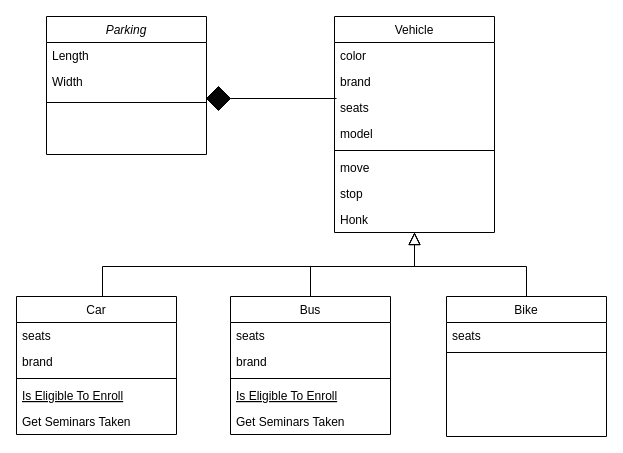
salman141/Class-Diagrams-for-Car-Parking-Calculator keeps this draw.io diagram as Untitled Diagram.drawio. Above is the earlier version. Source tidied: cells renumbered, new cells numbered last; positions are measured from the earlier drawing's top-left corner, leaving out a move shared by most shapes. Both pictures are drawn from the tidied source at 100%, with x=0, y=0 at pixel (16, 16).
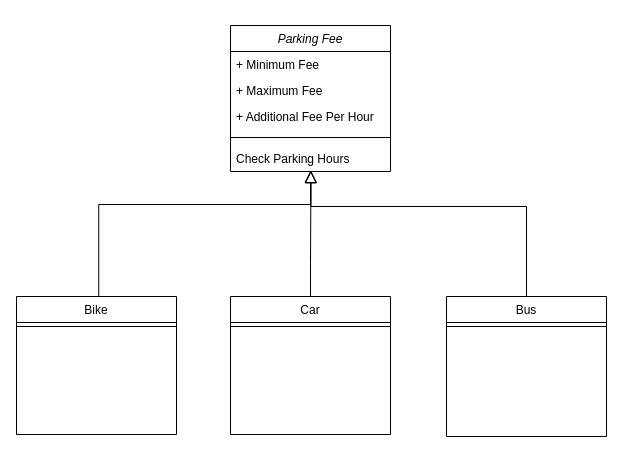
The same diagram, later.

The edit, as a diff of the source:
```diff
@@
-    <mxCell id="2" value="Parking" style="swimlane;fontStyle=2;align=center;verticalAlign=top;horizontal=1;startSize=26;rounded=0;shadow=0;strokeWidth=1;" parent="1" vertex="1">
-      <mxGeometry x="30" width="160" height="138" as="geometry" />
+    <mxCell id="2" value="Parking Fee" style="swimlane;fontStyle=2;align=center;verticalAlign=top;horizontal=1;startSize=26;rounded=0;shadow=0;strokeWidth=1;" parent="1" vertex="1">
+      <mxGeometry x="214" y="9" width="160" height="146" as="geometry" />
     </mxCell>
-    <mxCell id="3" value="Length" style="text;align=left;verticalAlign=top;spacingLeft=4;spacingRight=4;overflow=hidden;" parent="2" vertex="1">
+    <mxCell id="3" value="+ Minimum Fee" style="text;align=left;verticalAlign=top;spacingLeft=4;spacingRight=4;overflow=hidden;" parent="2" vertex="1">
       <mxGeometry y="26" width="160" height="26" as="geometry" />
     </mxCell>
-    <mxCell id="4" value="Width" style="text;align=left;verticalAlign=top;spacingLeft=4;spacingRight=4;overflow=hidden;rounded=0;shadow=0;html=0;" parent="2" vertex="1">
+    <mxCell id="4" value="+ Maximum Fee" style="text;align=left;verticalAlign=top;spacingLeft=4;spacingRight=4;overflow=hidden;rounded=0;shadow=0;html=0;" parent="2" vertex="1">
       <mxGeometry y="52" width="160" height="26" as="geometry" />
     </mxCell>
+    <mxCell id="36" value="+ Additional Fee Per Hour" style="text;align=left;verticalAlign=top;spacingLeft=4;spacingRight=4;overflow=hidden;rounded=0;shadow=0;html=0;" parent="2" vertex="1">
+      <mxGeometry y="78" width="160" height="26" as="geometry" />
+    </mxCell>
     <mxCell id="5" style="line;html=1;strokeWidth=1;align=left;verticalAlign=middle;spacingTop=-1;spacingLeft=3;spacingRight=3;labelPosition=right;" parent="2" vertex="1">
-      <mxGeometry y="78" width="160" height="16" as="geometry" />
+      <mxGeometry y="104" width="160" height="16" as="geometry" />
     </mxCell>
+    <mxCell id="37" value="Check Parking Hours" style="text;align=left;verticalAlign=top;spacingLeft=4;spacingRight=4;overflow=hidden;points=[[0,0.5],[1,0.5]];portConstraint=eastwest;rounded=0;shadow=0;html=0;" parent="2" vertex="1">
+      <mxGeometry y="120" width="160" height="26" as="geometry" />
+    </mxCell>
-    <mxCell id="6" value="Bus" style="swimlane;fontStyle=0;align=center;verticalAlign=top;horizontal=1;startSize=26;rounded=0;shadow=0;strokeWidth=1;" parent="1" vertex="1">
+    <mxCell id="6" value="Car" style="swimlane;fontStyle=0;align=center;verticalAlign=top;horizontal=1;startSize=26;rounded=0;shadow=0;strokeWidth=1;" parent="1" vertex="1">
       <mxGeometry x="214" y="280" width="160" height="138" as="geometry" />
     </mxCell>
-    <mxCell id="7" value="seats" style="text;align=left;verticalAlign=top;spacingLeft=4;spacingRight=4;overflow=hidden;" parent="6" vertex="1">
-      <mxGeometry y="26" width="160" height="26" as="geometry" />
-    </mxCell>
-    <mxCell id="8" value="brand" style="text;align=left;verticalAlign=top;spacingLeft=4;spacingRight=4;overflow=hidden;rounded=0;shadow=0;html=0;" parent="6" vertex="1">
-      <mxGeometry y="52" width="160" height="26" as="geometry" />
-    </mxCell>
     <mxCell id="9" style="line;html=1;strokeWidth=1;align=left;verticalAlign=middle;spacingTop=-1;spacingLeft=3;spacingRight=3;labelPosition=right;" parent="6" vertex="1">
-      <mxGeometry y="78" width="160" height="8" as="geometry" />
+      <mxGeometry y="26" width="160" height="8" as="geometry" />
     </mxCell>
-    <mxCell id="10" value="Is Eligible To Enroll" style="text;align=left;verticalAlign=top;spacingLeft=4;spacingRight=4;overflow=hidden;fontStyle=4;" parent="6" vertex="1">
-      <mxGeometry y="86" width="160" height="26" as="geometry" />
-    </mxCell>
-    <mxCell id="11" value="Get Seminars Taken" style="text;align=left;verticalAlign=top;spacingLeft=4;spacingRight=4;overflow=hidden;" parent="6" vertex="1">
-      <mxGeometry y="112" width="160" height="26" as="geometry" />
-    </mxCell>
-    <mxCell id="12" style="endArrow=block;endSize=10;endFill=0;shadow=0;strokeWidth=1;rounded=0;edgeStyle=elbowEdgeStyle;elbow=vertical;entryX=0.5;entryY=1;entryDx=0;entryDy=0;" parent="1" edge="1" source="6" target="17">
+    <mxCell id="12" style="endArrow=block;endSize=10;endFill=0;shadow=0;strokeWidth=1;rounded=0;edgeStyle=elbowEdgeStyle;elbow=vertical;entryX=0.503;entryY=0.959;entryDx=0;entryDy=0;entryPerimeter=0;exitX=0.5;exitY=0;exitDx=0;exitDy=0;" parent="1" edge="1" source="6" target="37">
       <mxGeometry relative="1" as="geometry">
         <Array as="points">
-          <mxPoint x="294" y="250" />
-          <mxPoint x="380" y="230" />
+          <mxPoint x="294" y="247" />
+          <mxPoint x="380" y="227" />
         </Array>
       </mxGeometry>
     </mxCell>
-    <mxCell id="13" value="Bike" style="swimlane;fontStyle=0;align=center;verticalAlign=top;horizontal=1;startSize=26;rounded=0;shadow=0;strokeWidth=1;" parent="1" vertex="1">
+    <mxCell id="13" value="Bus" style="swimlane;fontStyle=0;align=center;verticalAlign=top;horizontal=1;startSize=26;rounded=0;shadow=0;strokeWidth=1;" parent="1" vertex="1">
       <mxGeometry x="430" y="280" width="160" height="140" as="geometry" />
     </mxCell>
-    <mxCell id="14" value="seats" style="text;align=left;verticalAlign=top;spacingLeft=4;spacingRight=4;overflow=hidden;" parent="13" vertex="1">
-      <mxGeometry y="26" width="160" height="26" as="geometry" />
-    </mxCell>
     <mxCell id="15" style="line;html=1;strokeWidth=1;align=left;verticalAlign=middle;spacingTop=-1;spacingLeft=3;spacingRight=3;labelPosition=right;" parent="13" vertex="1">
-      <mxGeometry y="52" width="160" height="8" as="geometry" />
+      <mxGeometry y="26" width="160" height="8" as="geometry" />
     </mxCell>
-    <mxCell id="16" style="endArrow=block;endSize=10;endFill=0;shadow=0;strokeWidth=1;rounded=0;edgeStyle=elbowEdgeStyle;elbow=vertical;entryX=0.5;entryY=1;entryDx=0;entryDy=0;" parent="1" edge="1" source="13" target="17">
-      <mxGeometry relative="1" as="geometry">
-        <Array as="points">
-          <mxPoint x="420" y="250" />
-        </Array>
-      </mxGeometry>
-    </mxCell>
-    <mxCell id="17" value="Vehicle" style="swimlane;fontStyle=0;align=center;verticalAlign=top;horizontal=1;startSize=26;rounded=0;shadow=0;strokeWidth=1;" parent="1" vertex="1">
-      <mxGeometry x="318" width="160" height="216" as="geometry" />
-    </mxCell>
-    <mxCell id="18" value="color " style="text;align=left;verticalAlign=top;spacingLeft=4;spacingRight=4;overflow=hidden;" parent="17" vertex="1">
-      <mxGeometry y="26" width="160" height="26" as="geometry" />
-    </mxCell>
-    <mxCell id="19" value="brand" style="text;align=left;verticalAlign=top;spacingLeft=4;spacingRight=4;overflow=hidden;rounded=0;shadow=0;html=0;" parent="17" vertex="1">
-      <mxGeometry y="52" width="160" height="26" as="geometry" />
-    </mxCell>
-    <mxCell id="20" value="seats" style="text;align=left;verticalAlign=top;spacingLeft=4;spacingRight=4;overflow=hidden;rounded=0;shadow=0;html=0;" parent="17" vertex="1">
-      <mxGeometry y="78" width="160" height="26" as="geometry" />
-    </mxCell>
-    <mxCell id="21" value="model" style="text;align=left;verticalAlign=top;spacingLeft=4;spacingRight=4;overflow=hidden;rounded=0;shadow=0;html=0;" parent="17" vertex="1">
-      <mxGeometry y="104" width="160" height="26" as="geometry" />
-    </mxCell>
-    <mxCell id="22" style="line;html=1;strokeWidth=1;align=left;verticalAlign=middle;spacingTop=-1;spacingLeft=3;spacingRight=3;labelPosition=right;" parent="17" vertex="1">
-      <mxGeometry y="130" width="160" height="8" as="geometry" />
-    </mxCell>
-    <mxCell id="23" value="move" style="text;align=left;verticalAlign=top;spacingLeft=4;spacingRight=4;overflow=hidden;" parent="17" vertex="1">
-      <mxGeometry y="138" width="160" height="26" as="geometry" />
-    </mxCell>
-    <mxCell id="24" value="stop" style="text;align=left;verticalAlign=top;spacingLeft=4;spacingRight=4;overflow=hidden;" parent="17" vertex="1">
-      <mxGeometry y="164" width="160" height="26" as="geometry" />
-    </mxCell>
-    <mxCell id="25" value="Honk" style="text;align=left;verticalAlign=top;spacingLeft=4;spacingRight=4;overflow=hidden;" parent="17" vertex="1">
-      <mxGeometry y="190" width="160" height="26" as="geometry" />
-    </mxCell>
-    <mxCell id="26" style="endArrow=none;shadow=0;strokeWidth=1;rounded=0;endFill=1;edgeStyle=elbowEdgeStyle;elbow=vertical;" parent="1" edge="1" source="2">
-      <mxGeometry x="0.5" y="41" relative="1" as="geometry">
-        <mxPoint x="190" y="79.5" as="targetPoint" />
-        <mxPoint x="-40" y="32" as="offset" />
-      </mxGeometry>
-    </mxCell>
-    <mxCell id="27" style="rhombus;whiteSpace=wrap;html=1;fillColor=#050505;" parent="1" vertex="1">
-      <mxGeometry x="190" y="70" width="24" height="24" as="geometry" />
-    </mxCell>
-    <mxCell id="28" style="line;html=1;strokeWidth=1;align=left;verticalAlign=middle;spacingTop=-1;spacingLeft=3;spacingRight=3;labelPosition=right;" parent="1" vertex="1">
-      <mxGeometry x="214" y="74" width="106" height="16" as="geometry" />
-    </mxCell>
-    <mxCell id="29" value="Car" style="swimlane;fontStyle=0;align=center;verticalAlign=top;horizontal=1;startSize=26;rounded=0;shadow=0;strokeWidth=1;" parent="1" vertex="1">
+    <mxCell id="29" value="Bike" style="swimlane;fontStyle=0;align=center;verticalAlign=top;horizontal=1;startSize=26;rounded=0;shadow=0;strokeWidth=1;" parent="1" vertex="1">
       <mxGeometry y="280" width="160" height="138" as="geometry" />
     </mxCell>
-    <mxCell id="30" value="seats" style="text;align=left;verticalAlign=top;spacingLeft=4;spacingRight=4;overflow=hidden;" parent="29" vertex="1">
-      <mxGeometry y="26" width="160" height="26" as="geometry" />
-    </mxCell>
-    <mxCell id="31" value="brand" style="text;align=left;verticalAlign=top;spacingLeft=4;spacingRight=4;overflow=hidden;rounded=0;shadow=0;html=0;" parent="29" vertex="1">
-      <mxGeometry y="52" width="160" height="26" as="geometry" />
-    </mxCell>
     <mxCell id="32" style="line;html=1;strokeWidth=1;align=left;verticalAlign=middle;spacingTop=-1;spacingLeft=3;spacingRight=3;labelPosition=right;" parent="29" vertex="1">
-      <mxGeometry y="78" width="160" height="8" as="geometry" />
+      <mxGeometry y="26" width="160" height="8" as="geometry" />
     </mxCell>
-    <mxCell id="33" value="Is Eligible To Enroll" style="text;align=left;verticalAlign=top;spacingLeft=4;spacingRight=4;overflow=hidden;fontStyle=4;" parent="29" vertex="1">
-      <mxGeometry y="86" width="160" height="26" as="geometry" />
-    </mxCell>
-    <mxCell id="34" value="Get Seminars Taken" style="text;align=left;verticalAlign=top;spacingLeft=4;spacingRight=4;overflow=hidden;" parent="29" vertex="1">
-      <mxGeometry y="112" width="160" height="26" as="geometry" />
-    </mxCell>
-    <mxCell id="35" style="endArrow=block;endSize=10;endFill=0;shadow=0;strokeWidth=1;rounded=0;edgeStyle=elbowEdgeStyle;elbow=vertical;entryX=0.5;entryY=1;entryDx=0;entryDy=0;" parent="1" edge="1" target="17">
+    <mxCell id="35" style="endArrow=block;endSize=10;endFill=0;shadow=0;strokeWidth=1;rounded=0;edgeStyle=elbowEdgeStyle;elbow=vertical;entryX=0.5;entryY=1;entryDx=0;entryDy=0;exitX=0.514;exitY=0;exitDx=0;exitDy=0;exitPerimeter=0;" parent="1" edge="1" source="29">
       <mxGeometry relative="1" as="geometry">
-        <mxPoint x="86" y="280" as="sourcePoint" />
+        <mxPoint x="294" y="154" as="targetPoint" />
         <Array as="points">
-          <mxPoint x="290" y="250" />
-          <mxPoint x="172" y="230" />
+          <mxPoint x="186" y="188" />
+          <mxPoint x="68" y="168" />
         </Array>
       </mxGeometry>
     </mxCell>
+    <mxCell id="38" style="endArrow=block;endSize=10;endFill=0;shadow=0;strokeWidth=1;rounded=0;edgeStyle=elbowEdgeStyle;elbow=vertical;entryX=0.721;entryY=1.051;entryDx=0;entryDy=0;exitX=0.5;exitY=0;exitDx=0;exitDy=0;entryPerimeter=0;" parent="1" edge="1" source="13">
+      <mxGeometry relative="1" as="geometry">
+        <mxPoint x="294.4" y="154.3" as="targetPoint" />
+        <Array as="points">
+          <mxPoint x="578.8" y="190" />
+          <mxPoint x="460.8" y="170" />
+        </Array>
+      </mxGeometry>
+    </mxCell>
```
